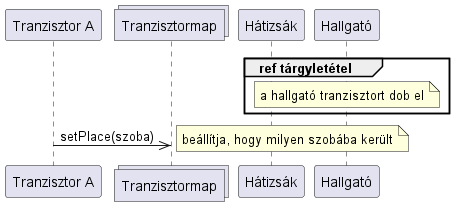
Earlier version of the PlantUML export out/diagramms/src/teleport/place.png (kipolaris/skyrimscriptsuttogok). The source it was exported from:
```plantuml
@startuml place

Participant "Tranzisztor A" as tranz1
collections "Tranzisztormap" as map
participant Hátizsák as hát
participant Hallgató as h

group ref tárgyletétel
note over h : a hallgató tranzisztort dob el
end

tranz1->>map : setPlace(szoba)
note right: beállítja, hogy milyen szobába került

@enduml
```
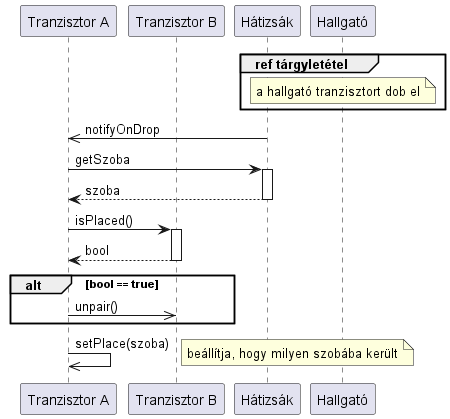
Above is the later version.

Change to the diagram source:
```diff
@@ -1,7 +1,7 @@
 @startuml place
 
 Participant "Tranzisztor A" as tranz1
-collections "Tranzisztormap" as map
+Participant "Tranzisztor B" as tranz2
 participant Hátizsák as hát
 participant Hallgató as h
 
@@ -9,7 +9,19 @@
 note over h : a hallgató tranzisztort dob el
 end
 
-tranz1->>map : setPlace(szoba)
+hát->>tranz1 : notifyOnDrop
+
+tranz1->hát ++: getSzoba
+return szoba
+
+tranz1->tranz2 ++: isPlaced()
+return bool
+
+alt bool == true
+tranz1->>tranz2 : unpair()
+end
+
+tranz1->>tranz1 : setPlace(szoba)
 note right: beállítja, hogy milyen szobába került
 
 @enduml
```
